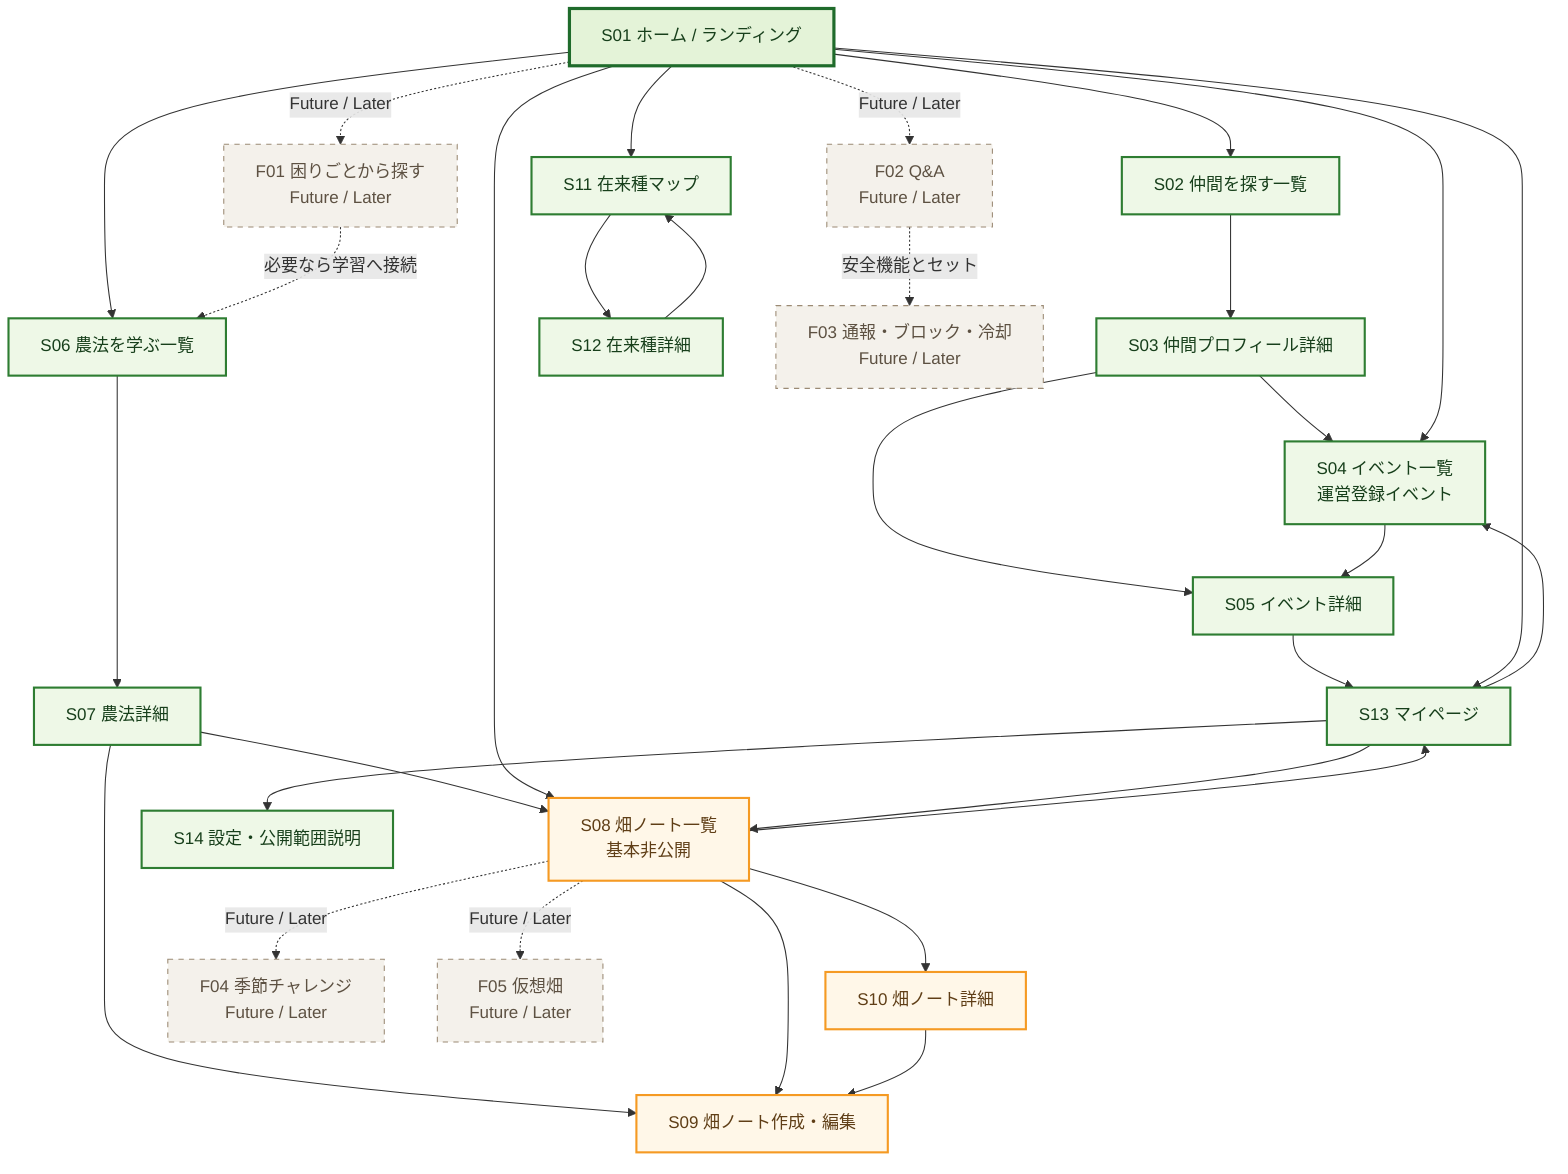
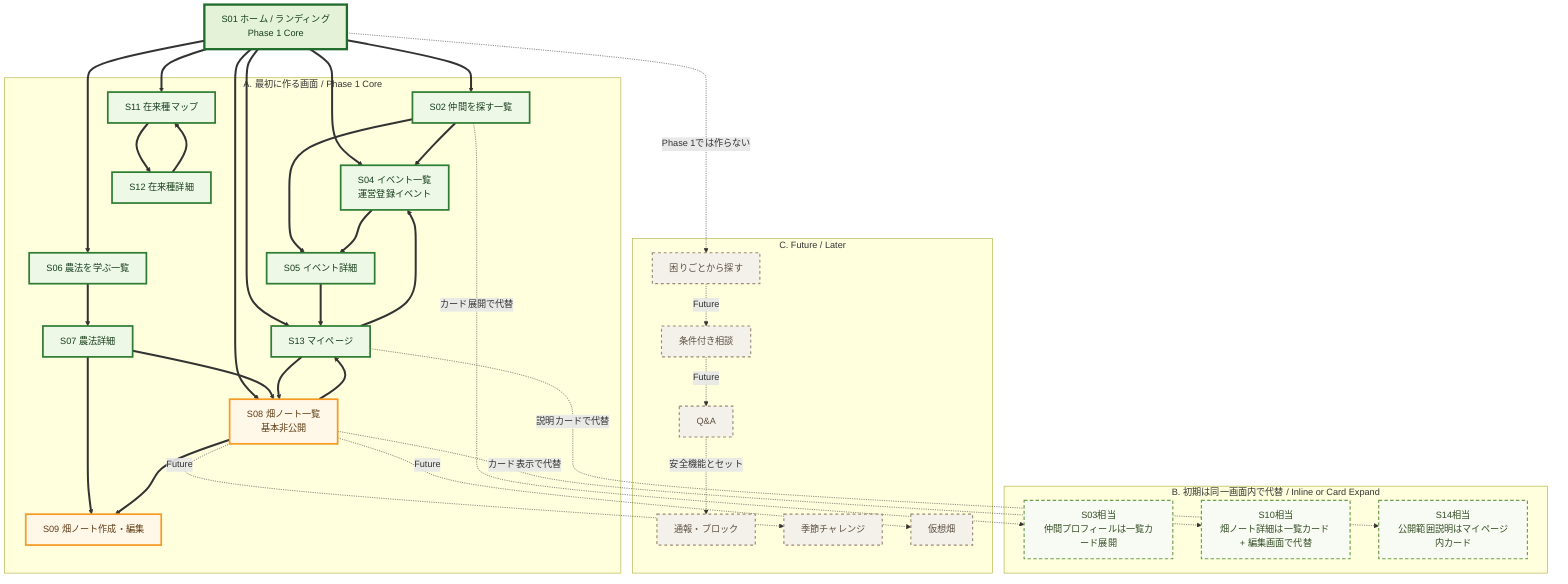
flowchart TD
-   %% Nou no Sato Phase 1 screen transition design
-   %% Solid lines: Phase 1 candidates. Dotted lines: Future / Later.
+   %% Nou no Sato Phase 1 screen transition priority
+   %% Thick solid lines: Phase 1 Core. Dotted lines: Inline substitute or Future / Later.

-   Home["S01 ホーム / ランディング"]
+   Home["S01 ホーム / ランディング<br/>Phase 1 Core"]

-   Members["S02 仲間を探す一覧"]
-   MemberDetail["S03 仲間プロフィール詳細"]
+   subgraph Core["A. 最初に作る画面 / Phase 1 Core"]
+     Members["S02 仲間を探す一覧"]
+     Events["S04 イベント一覧<br/>運営登録イベント"]
+     EventDetail["S05 イベント詳細"]
+     Learn["S06 農法を学ぶ一覧"]
+     MethodDetail["S07 農法詳細"]
+     Notes["S08 畑ノート一覧<br/>基本非公開"]
+     NoteCreate["S09 畑ノート作成・編集"]
+     NativeMap["S11 在来種マップ"]
+     NativeDetail["S12 在来種詳細"]
+     MyPage["S13 マイページ"]
+   end

-   Events["S04 イベント一覧<br/>運営登録イベント"]
-   EventDetail["S05 イベント詳細"]
+   subgraph Inline["B. 初期は同一画面内で代替 / Inline or Card Expand"]
+     MemberInline["S03相当<br/>仲間プロフィールは一覧カード展開"]
+     NoteInline["S10相当<br/>畑ノート詳細は一覧カード + 編集画面で代替"]
+     SettingsInline["S14相当<br/>公開範囲説明はマイページ内カード"]
+   end

-   Learn["S06 農法を学ぶ一覧"]
-   MethodDetail["S07 農法詳細"]
+   subgraph Future["C. Future / Later"]
+     Trouble["困りごとから探す"]
+     Conditional["条件付き相談"]
+     QA["Q&A"]
+     Safety["通報・ブロック"]
+     Seasonal["季節チャレンジ"]
+     VirtualFarm["仮想畑"]
+   end

-   Notes["S08 畑ノート一覧<br/>基本非公開"]
-   NoteCreate["S09 畑ノート作成・編集"]
-   NoteDetail["S10 畑ノート詳細"]
+   Home ==> Members
+   Home ==> Events
+   Home ==> Learn
+   Home ==> Notes
+   Home ==> NativeMap
+   Home ==> MyPage

-   NativeMap["S11 在来種マップ"]
-   NativeDetail["S12 在来種詳細"]
+   Members -. "カード展開で代替" .-> MemberInline
+   Members ==> Events
+   Members ==> EventDetail

-   MyPage["S13 マイページ"]
-   Settings["S14 設定・公開範囲説明"]
+   Events ==> EventDetail
+   EventDetail ==> MyPage

-   Trouble["F01 困りごとから探す<br/>Future / Later"]
-   QA["F02 Q&A<br/>Future / Later"]
-   Safety["F03 通報・ブロック・冷却<br/>Future / Later"]
-   Seasonal["F04 季節チャレンジ<br/>Future / Later"]
-   VirtualFarm["F05 仮想畑<br/>Future / Later"]
+   Learn ==> MethodDetail
+   MethodDetail ==> Notes
+   MethodDetail ==> NoteCreate

-   Home --> Members
-   Members --> MemberDetail
-   MemberDetail --> Events
-   MemberDetail --> EventDetail
+   Notes ==> NoteCreate
+   Notes -. "カード表示で代替" .-> NoteInline
+   Notes ==> MyPage

-   Home --> Events
-   Events --> EventDetail
-   EventDetail --> MyPage
+   NativeMap ==> NativeDetail
+   NativeDetail ==> NativeMap

-   Home --> Learn
-   Learn --> MethodDetail
-   MethodDetail --> Notes
-   MethodDetail --> NoteCreate
+   MyPage ==> Notes
+   MyPage ==> Events
+   MyPage -. "説明カードで代替" .-> SettingsInline

-   Home --> Notes
-   Notes --> NoteCreate
-   Notes --> NoteDetail
-   NoteDetail --> NoteCreate
-   Notes --> MyPage
+   Home -. "Phase 1では作らない" .-> Trouble
+   Trouble -. "Future" .-> Conditional
+   Conditional -. "Future" .-> QA
+   QA -. "安全機能とセット" .-> Safety
+   Notes -. "Future" .-> Seasonal
+   Notes -. "Future" .-> VirtualFarm

-   Home --> NativeMap
-   NativeMap --> NativeDetail
-   NativeDetail --> NativeMap
- 
-   Home --> MyPage
-   MyPage --> Notes
-   MyPage --> Events
-   MyPage --> Settings
- 
-   Home -. "Future / Later" .-> Trouble
-   Trouble -. "必要なら学習へ接続" .-> Learn
-   Home -. "Future / Later" .-> QA
-   QA -. "安全機能とセット" .-> Safety
-   Notes -. "Future / Later" .-> Seasonal
-   Notes -. "Future / Later" .-> VirtualFarm
- 
-   classDef phase fill:#eef8e7,stroke:#2e7d32,stroke-width:2px,color:#173f1b;
-   classDef privacy fill:#fff7e8,stroke:#f59a23,stroke-width:2px,color:#5f3e16;
-   classDef future fill:#f4f1eb,stroke:#9b8a74,stroke-dasharray:5 5,color:#5d5142;
-   classDef home fill:#e4f3d8,stroke:#1f6b2b,stroke-width:3px,color:#173f1b;
+   classDef home fill:#e4f3d8,stroke:#1f6b2b,stroke-width:4px,color:#173f1b;
+   classDef core fill:#eef8e7,stroke:#2e7d32,stroke-width:3px,color:#173f1b;
+   classDef privacy fill:#fff7e8,stroke:#f59a23,stroke-width:3px,color:#5f3e16;
+   classDef inline fill:#f8fbf3,stroke:#6f9e4e,stroke-width:2px,stroke-dasharray:6 4,color:#344d24;
+   classDef future fill:#f4f1eb,stroke:#9b8a74,stroke-width:2px,stroke-dasharray:5 5,color:#5d5142;

  class Home home;
-   class Members,MemberDetail,Events,EventDetail,Learn,MethodDetail,NativeMap,NativeDetail,MyPage,Settings phase;
-   class Notes,NoteCreate,NoteDetail privacy;
-   class Trouble,QA,Safety,Seasonal,VirtualFarm future;+   class Members,Events,EventDetail,Learn,MethodDetail,NativeMap,NativeDetail,MyPage core;
+   class Notes,NoteCreate privacy;
+   class MemberInline,NoteInline,SettingsInline inline;
+   class Trouble,Conditional,QA,Safety,Seasonal,VirtualFarm future;